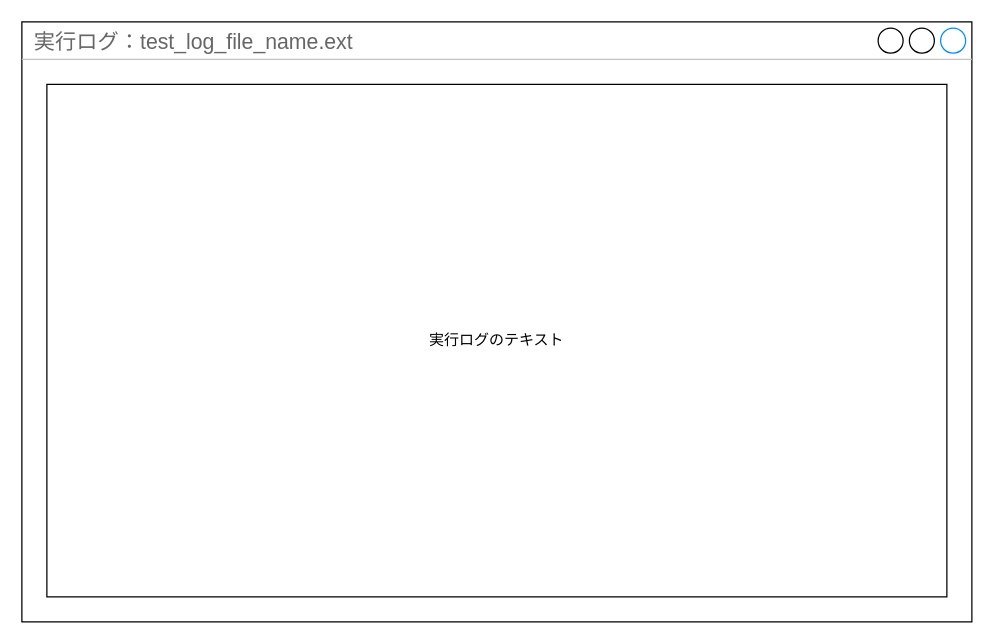
The draw.io diagram page "実行ログページ" (3 of 4) of doc/gtest_gui_view_layout.drawio in CountrySideEngineer/googletest_gui, before the edit. Source tidied: cells renumbered, new cells numbered last; positions are measured from the earlier drawing's top-left corner, leaving out a move shared by most shapes. Both pictures are drawn from the tidied source at 125%, with x=0, y=0 at pixel (21, 21).
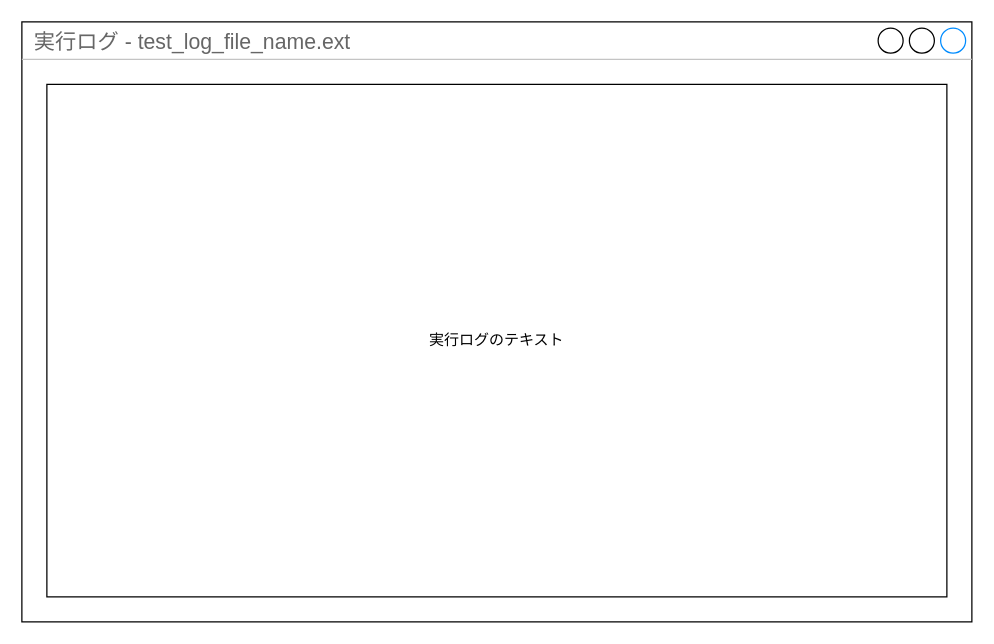
Above is the later version.

What changed in the source:
```diff
@@
 <mxGraphModel>
   <root>
     <mxCell id="0" />
     <mxCell id="1" parent="0" />
-    <mxCell id="2" value="実行ログ：test_log_file_name.ext" style="strokeWidth=1;shadow=0;dashed=0;align=center;html=1;shape=mxgraph.mockup.containers.window;align=left;verticalAlign=top;spacingLeft=8;strokeColor2=#008cff;strokeColor3=#c4c4c4;fontColor=#666666;mainText=;fontSize=17;labelBackgroundColor=none;" parent="1" vertex="1">
+    <mxCell id="2" value="実行ログ - test_log_file_name.ext" style="strokeWidth=1;shadow=0;dashed=0;align=center;html=1;shape=mxgraph.mockup.containers.window;align=left;verticalAlign=top;spacingLeft=8;strokeColor2=#008cff;strokeColor3=#c4c4c4;fontColor=#666666;mainText=;fontSize=17;labelBackgroundColor=none;" parent="1" vertex="1">
       <mxGeometry width="760" height="480" as="geometry" />
     </mxCell>
     <mxCell id="3" value="実行ログのテキスト" style="rounded=0;whiteSpace=wrap;html=1;" parent="1" vertex="1">
       <mxGeometry x="20" y="50" width="720" height="410" as="geometry" />
     </mxCell>
   </root>
 </mxGraphModel>
```
